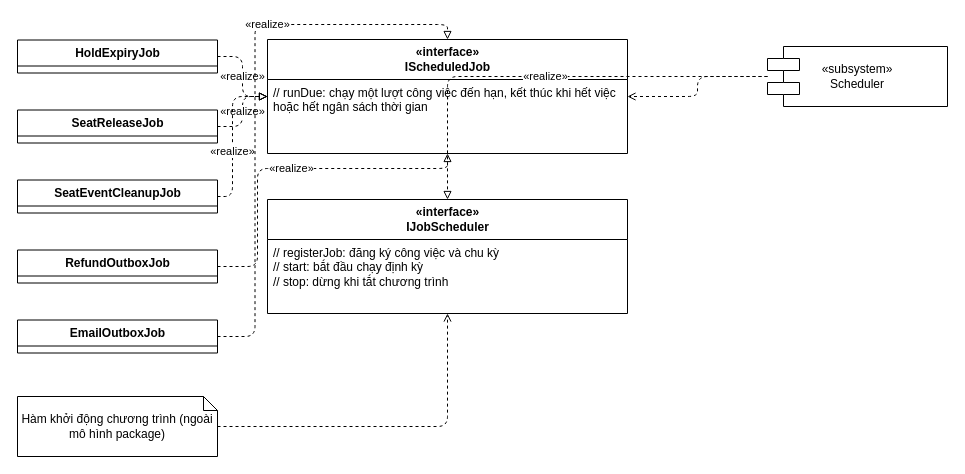
Before: page "P10-subsystem-context-SS-04" (4 of 5) of design/diagrams/P10-subsystem-context.drawio in luytbq/app-dat-ve-xem-phim, a draw.io diagram. Source tidied: cells renumbered, new cells numbered last; positions are measured from the earlier drawing's top-left corner, leaving out a move shared by most shapes. Both pictures are drawn from the tidied source at 100%, with x=0, y=0 at pixel (17, 24).
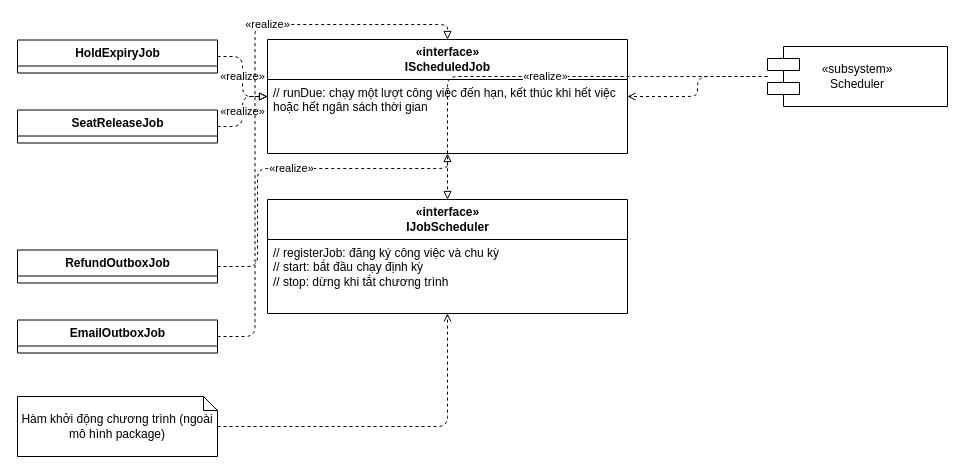
Above is the later version.

The change refers to these unchanged cells:
```xml
<mxCell id="8" value="«interface»&lt;br&gt;IScheduledJob" style="swimlane;fontStyle=1;align=center;horizontal=1;startSize=40;html=1;" parent="1" vertex="1">
  <mxGeometry x="250" y="15" width="360" height="114" as="geometry" />
</mxCell>
```

Change to the diagram source:
```diff
@@
-    <mxCell id="4" value="SeatEventCleanupJob" style="swimlane;fontStyle=1;align=center;horizontal=1;startSize=26;html=1;" parent="1" vertex="1">
-      <mxGeometry y="155.5" width="200" height="33" as="geometry" />
-    </mxCell>
@@
-    <mxCell id="17" value="«realize»" style="edgeStyle=orthogonalEdgeStyle;endArrow=block;endFill=0;dashed=1;html=1;exitX=1;exitY=0.5;exitDx=0;exitDy=0;entryX=0;entryY=0.5;entryDx=0;entryDy=0;" parent="1" edge="1" source="4" target="8">
-      <mxGeometry x="-0.2" relative="1" as="geometry">
-        <Array as="points">
-          <mxPoint x="215" y="172" />
-          <mxPoint x="215" y="72" />
-        </Array>
-      </mxGeometry>
-    </mxCell>
```
